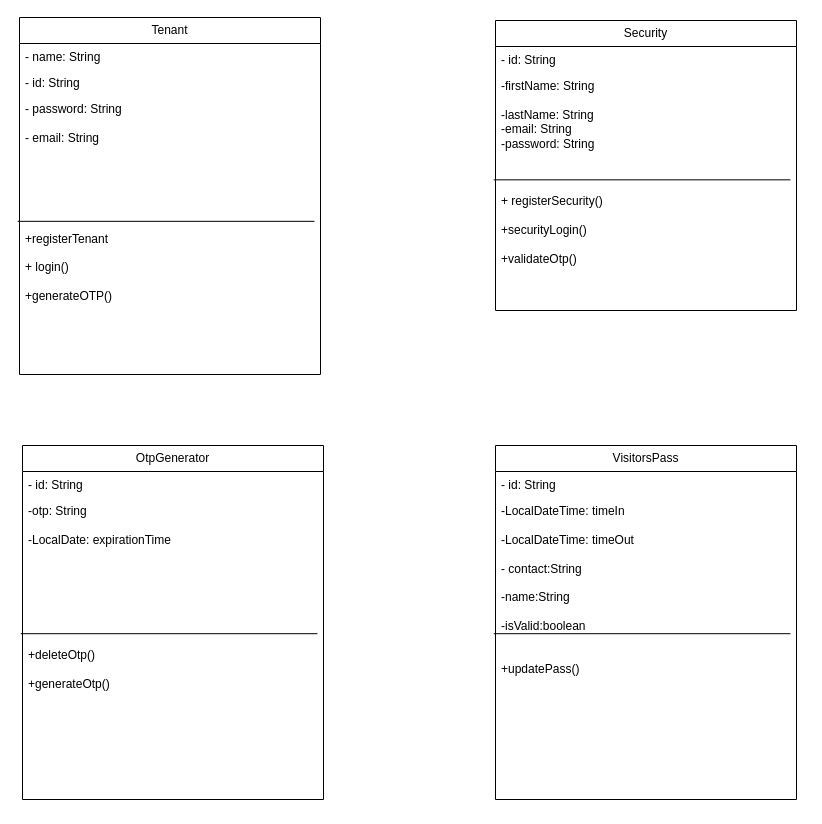
Above: classs  Diagram.drawio in BabatundeOla1/EstateOtpGenerator (draw.io), before the change. Source tidied: cells renumbered, new cells numbered last; positions are measured from the earlier drawing's top-left corner, leaving out a move shared by most shapes. Both pictures are drawn from the tidied source at 100%, with x=0, y=0 at pixel (19, 17).
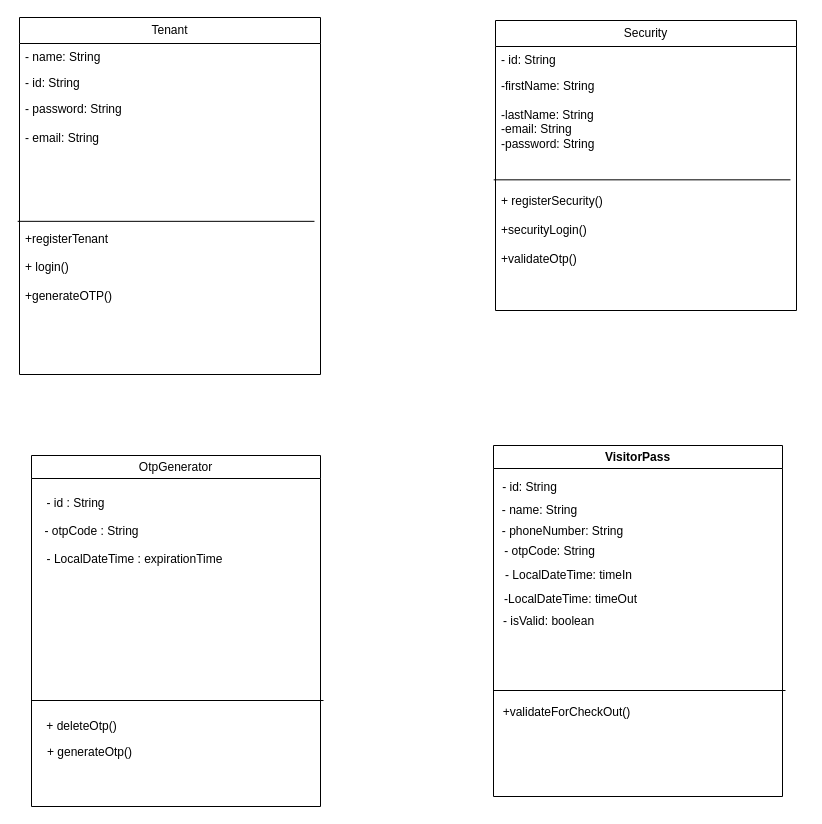
The same diagram, later.

Change to the diagram source:
```diff
@@
+    <mxCell id="22" value="VisitorPass" style="swimlane;whiteSpace=wrap;html=1;" parent="1" vertex="1">
+      <mxGeometry x="474" y="428" width="289" height="351" as="geometry" />
+    </mxCell>
+    <mxCell id="23" style="endArrow=none;html=1;rounded=0;" parent="22" edge="1">
+      <mxGeometry relative="1" as="geometry">
+        <mxPoint y="245" as="sourcePoint" />
+        <mxPoint x="292" y="245" as="targetPoint" />
+      </mxGeometry>
+    </mxCell>
+    <mxCell id="24" value="- id: String" style="text;html=1;align=center;verticalAlign=middle;strokeColor=none;fillColor=none;" parent="1" vertex="1">
+      <mxGeometry x="473" y="457" width="73" height="26" as="geometry" />
+    </mxCell>
+    <mxCell id="25" value="- name: String" style="text;html=1;align=center;verticalAlign=middle;strokeColor=none;fillColor=none;" parent="1" vertex="1">
+      <mxGeometry x="473" y="480" width="93" height="26" as="geometry" />
+    </mxCell>
+    <mxCell id="26" value="- phoneNumber: String" style="text;html=1;align=center;verticalAlign=middle;strokeColor=none;fillColor=none;" parent="1" vertex="1">
+      <mxGeometry x="473" y="501" width="139" height="26" as="geometry" />
+    </mxCell>
+    <mxCell id="27" value="- otpCode: String" style="text;html=1;align=center;verticalAlign=middle;strokeColor=none;fillColor=none;" parent="1" vertex="1">
+      <mxGeometry x="475" y="521" width="109" height="26" as="geometry" />
+    </mxCell>
+    <mxCell id="28" value="- LocalDateTime: timeIn" style="text;html=1;align=center;verticalAlign=middle;strokeColor=none;fillColor=none;" parent="1" vertex="1">
+      <mxGeometry x="476" y="545" width="145" height="26" as="geometry" />
+    </mxCell>
+    <mxCell id="29" value="-LocalDateTime: timeOut" style="text;html=1;align=center;verticalAlign=middle;strokeColor=none;fillColor=none;" parent="1" vertex="1">
+      <mxGeometry x="475" y="569" width="151" height="26" as="geometry" />
+    </mxCell>
+    <mxCell id="30" value="- isValid: boolean" style="text;html=1;align=center;verticalAlign=middle;strokeColor=none;fillColor=none;" parent="1" vertex="1">
+      <mxGeometry x="474" y="591" width="109" height="26" as="geometry" />
+    </mxCell>
+    <mxCell id="31" value="&lt;span style=&quot;text-align: left; text-wrap-mode: wrap;&quot;&gt;+validateForCheckOut()&lt;/span&gt;" style="text;html=1;align=center;verticalAlign=middle;strokeColor=none;fillColor=none;" parent="1" vertex="1">
+      <mxGeometry x="474" y="682" width="146" height="26" as="geometry" />
+    </mxCell>
-    <mxCell id="12" value="OtpGenerator" style="swimlane;fontStyle=0;horizontal=1;startSize=26;fillColor=none;whiteSpace=wrap;html=1;" parent="1" vertex="1">
-      <mxGeometry x="3" y="428" width="301" height="354" as="geometry" />
+    <mxCell id="12" value="&lt;span style=&quot;font-weight: 400;&quot;&gt;OtpGenerator&lt;/span&gt;" style="swimlane;whiteSpace=wrap;html=1;" parent="1" vertex="1">
+      <mxGeometry x="12" y="438" width="289" height="351" as="geometry" />
     </mxCell>
-    <mxCell id="13" style="endArrow=none;html=1;rounded=0;entryX=0.98;entryY=0.451;entryDx=0;entryDy=0;entryPerimeter=0;exitX=-0.006;exitY=0.451;exitDx=0;exitDy=0;exitPerimeter=0;" parent="12" edge="1" source="16" target="16">
-      <mxGeometry relative="1" as="geometry" />
-    </mxCell>
-    <mxCell id="14" value="- id: String" style="text;strokeColor=none;fillColor=none;align=left;verticalAlign=top;spacingLeft=4;spacingRight=4;overflow=hidden;whiteSpace=wrap;html=1;" parent="12" vertex="1">
-      <mxGeometry y="26" width="301" height="26" as="geometry" />
-    </mxCell>
-    <mxCell id="15" style="edgeStyle=orthogonalEdgeStyle;rounded=0;orthogonalLoop=1;jettySize=auto;html=1;exitX=1;exitY=0.5;exitDx=0;exitDy=0;" parent="12" edge="1" source="16" target="16">
-      <mxGeometry relative="1" as="geometry" />
-    </mxCell>
-    <mxCell id="16" value="-otp: String&lt;div&gt;&lt;br&gt;&lt;div&gt;-LocalDate: expirationTime&lt;/div&gt;&lt;div&gt;&lt;br&gt;&lt;/div&gt;&lt;div&gt;&lt;br&gt;&lt;/div&gt;&lt;div&gt;&lt;br&gt;&lt;/div&gt;&lt;div&gt;&lt;br&gt;&lt;br&gt;&lt;br&gt;&lt;br&gt;+deleteOtp()&lt;br&gt;&lt;br&gt;+generateOtp()&lt;/div&gt;&lt;/div&gt;" style="text;strokeColor=none;fillColor=none;align=left;verticalAlign=top;spacingLeft=4;spacingRight=4;overflow=hidden;points=[[0,0.5],[1,0.5]];portConstraint=eastwest;whiteSpace=wrap;html=1;" parent="12" vertex="1">
-      <mxGeometry y="52" width="301" height="302" as="geometry" />
-    </mxCell>
-    <mxCell id="17" value="VisitorsPass" style="swimlane;fontStyle=0;horizontal=1;startSize=26;fillColor=none;whiteSpace=wrap;html=1;" parent="1" vertex="1">
-      <mxGeometry x="476" y="428" width="301" height="354" as="geometry" />
-    </mxCell>
-    <mxCell id="18" style="endArrow=none;html=1;rounded=0;entryX=0.98;entryY=0.451;entryDx=0;entryDy=0;entryPerimeter=0;exitX=-0.006;exitY=0.451;exitDx=0;exitDy=0;exitPerimeter=0;" parent="17" edge="1" source="21" target="21">
-      <mxGeometry relative="1" as="geometry" />
-    </mxCell>
-    <mxCell id="19" value="- id: String" style="text;strokeColor=none;fillColor=none;align=left;verticalAlign=top;spacingLeft=4;spacingRight=4;overflow=hidden;whiteSpace=wrap;html=1;" parent="17" vertex="1">
-      <mxGeometry y="26" width="301" height="26" as="geometry" />
-    </mxCell>
-    <mxCell id="20" style="edgeStyle=orthogonalEdgeStyle;rounded=0;orthogonalLoop=1;jettySize=auto;html=1;exitX=1;exitY=0.5;exitDx=0;exitDy=0;" parent="17" edge="1" source="21" target="21">
-      <mxGeometry relative="1" as="geometry" />
-    </mxCell>
-    <mxCell id="21" value="&lt;div&gt;-LocalDateTime: timeIn&lt;/div&gt;&lt;div&gt;&lt;br&gt;&lt;/div&gt;&lt;div&gt;-LocalDateTime: timeOut&lt;/div&gt;&lt;div&gt;&lt;br&gt;&lt;/div&gt;&lt;div&gt;- contact:String&lt;/div&gt;&lt;div&gt;&lt;br&gt;-name:String&lt;/div&gt;&lt;div&gt;&lt;br&gt;-isValid:boolean&lt;br&gt;&lt;br&gt;&lt;br&gt;+updatePass()&lt;br&gt;&lt;br&gt;&lt;br&gt;&lt;/div&gt;" style="text;strokeColor=none;fillColor=none;align=left;verticalAlign=top;spacingLeft=4;spacingRight=4;overflow=hidden;points=[[0,0.5],[1,0.5]];portConstraint=eastwest;whiteSpace=wrap;html=1;" parent="17" vertex="1">
-      <mxGeometry y="52" width="301" height="302" as="geometry" />
-    </mxCell>
+    <mxCell id="32" style="endArrow=none;html=1;rounded=0;" parent="12" edge="1">
+      <mxGeometry relative="1" as="geometry">
+        <mxPoint y="245" as="sourcePoint" />
+        <mxPoint x="292" y="245" as="targetPoint" />
+      </mxGeometry>
+    </mxCell>
+    <mxCell id="33" value="- otpCode : String" style="text;html=1;align=center;verticalAlign=middle;strokeColor=none;fillColor=none;" parent="12" vertex="1">
+      <mxGeometry x="4" y="63" width="112" height="26" as="geometry" />
+    </mxCell>
+    <mxCell id="34" value="- id : String" style="text;html=1;align=center;verticalAlign=middle;strokeColor=none;fillColor=none;" parent="12" vertex="1">
+      <mxGeometry x="6" y="35" width="76" height="26" as="geometry" />
+    </mxCell>
+    <mxCell id="35" value="- LocalDateTime : expirationTime" style="text;html=1;align=center;verticalAlign=middle;strokeColor=none;fillColor=none;" parent="12" vertex="1">
+      <mxGeometry x="6" y="91" width="194" height="26" as="geometry" />
+    </mxCell>
+    <mxCell id="36" value="+ deleteOtp()" style="text;html=1;align=center;verticalAlign=middle;strokeColor=none;fillColor=none;" parent="12" vertex="1">
+      <mxGeometry x="6" y="258" width="88" height="26" as="geometry" />
+    </mxCell>
+    <mxCell id="37" value="+ generateOtp()" style="text;html=1;align=center;verticalAlign=middle;strokeColor=none;fillColor=none;" parent="12" vertex="1">
+      <mxGeometry x="6" y="284" width="103" height="26" as="geometry" />
+    </mxCell>
```
